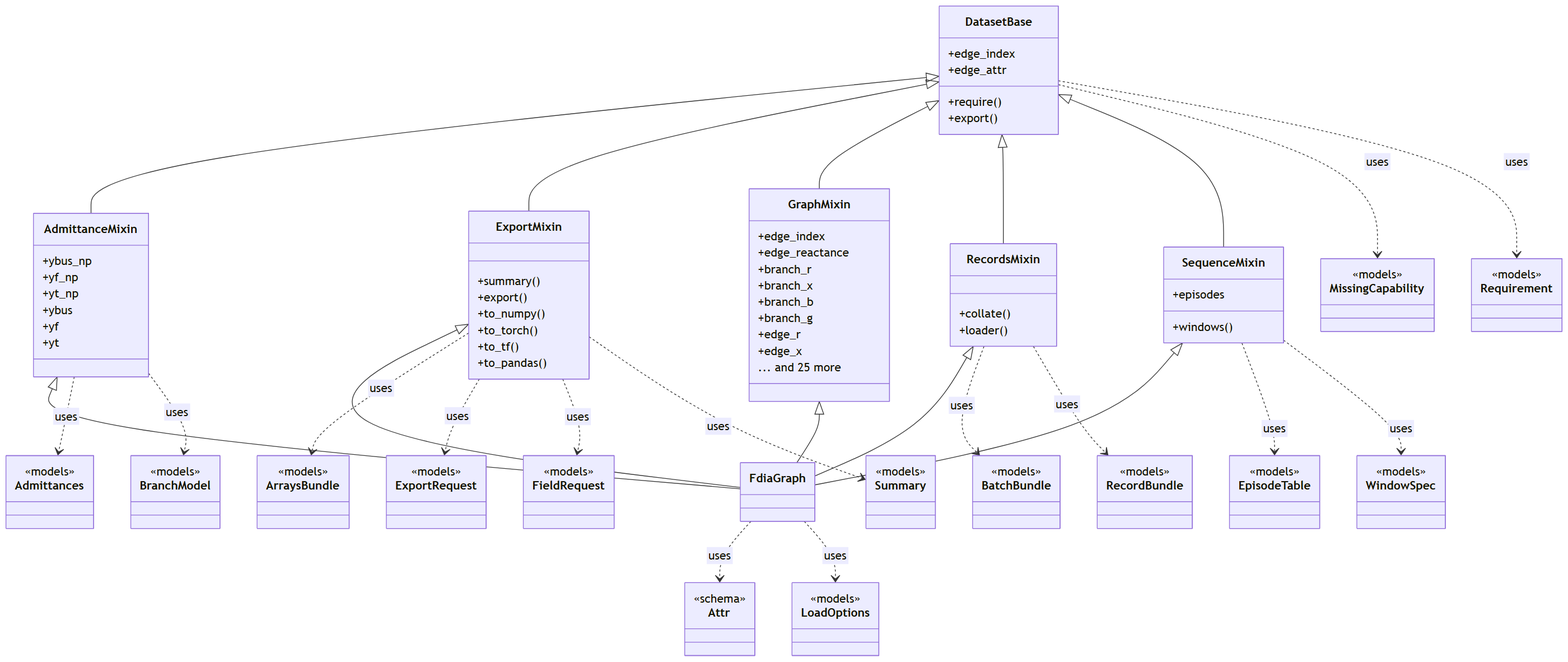
Above: docs/figures/diagrams/classes_dataset.png in myersben9/fdia-graph (Mermaid), before the change. Its source is kept beside it as docs/figures/diagrams/classes_dataset.mmd.
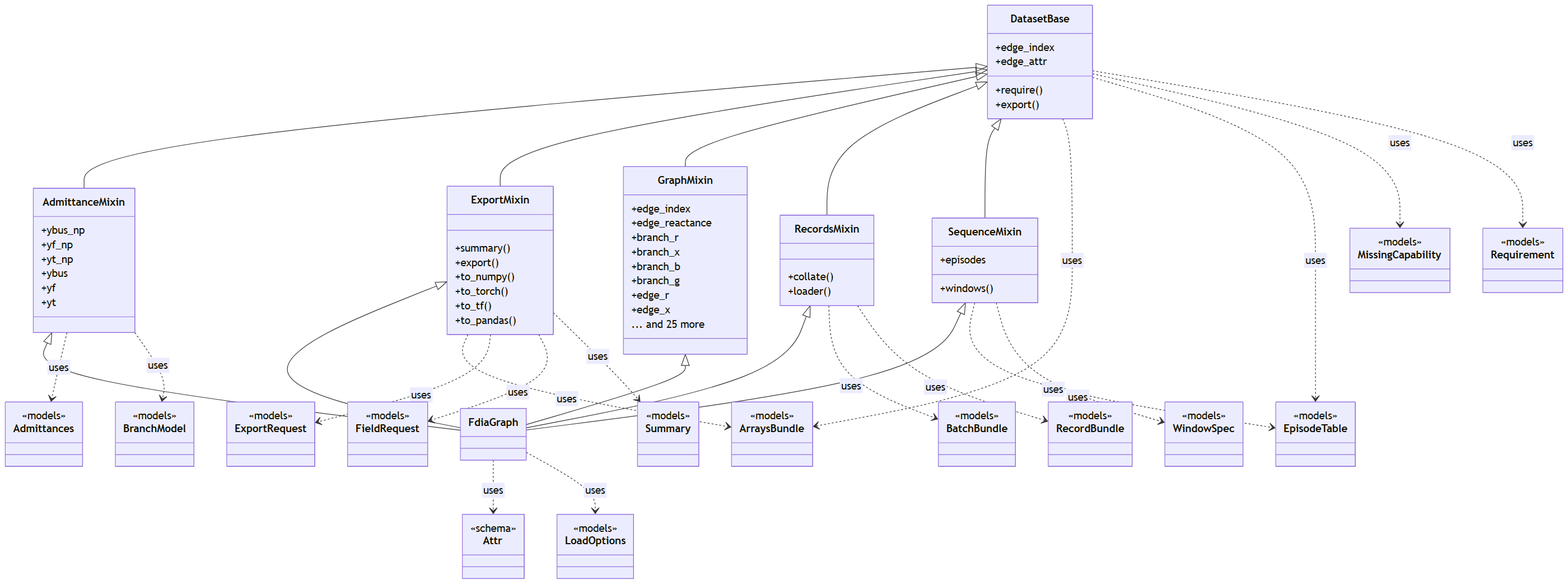
After the change.

The edit, as a diff of the source:
```diff
@@ -96,6 +96,8 @@
     SequenceMixin <|-- FdiaGraph
     AdmittanceMixin ..> Admittances : uses
     AdmittanceMixin ..> BranchModel : uses
+    DatasetBase ..> ArraysBundle : uses
+    DatasetBase ..> EpisodeTable : uses
     DatasetBase ..> MissingCapability : uses
     DatasetBase ..> Requirement : uses
     ExportMixin ..> ArraysBundle : uses
```
